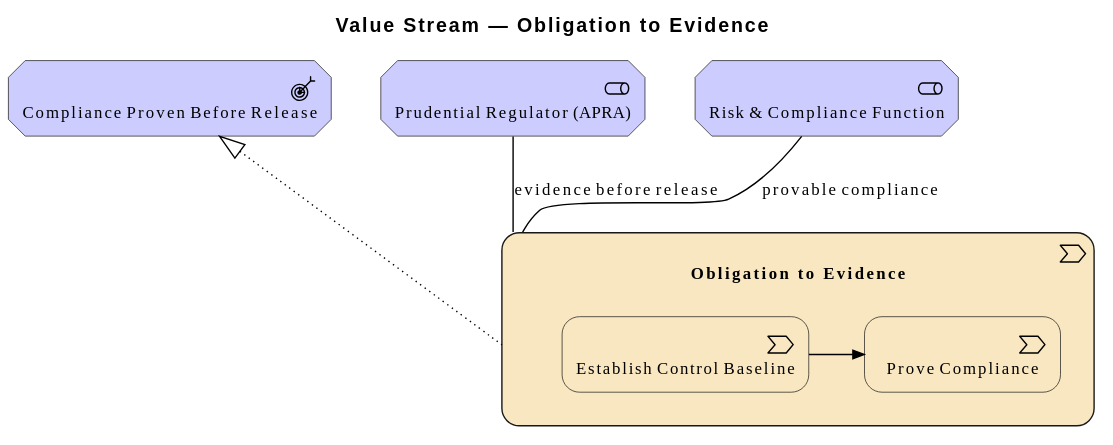
wolffy-au/frictionless-architect keeps this PlantUML diagram as architecture/model/diagrams/vision/6b-obligation-to-evidence.svg. Above is the earlier version. Source of this version:
```plantuml
@startuml
!include <archimate/Archimate>

title Value Stream — Obligation to Evidence

Motivation_Stakeholder(e_idbd4abc7ec42554, "Prudential Regulator (APRA)")
Motivation_Stakeholder(e_id133bbac4b3e450, "Risk & Compliance Function")
Motivation_Outcome(e_id4f39e9ec8e4656, "Compliance Proven Before Release")
Strategy_ValueStream(e_id7ee8cdbf8ddc57, "Obligation to Evidence") {
  Strategy_ValueStream(e_idde40c3d2b32359, "Establish Control Baseline")
  Strategy_ValueStream(e_idb542830057125a, "Prove Compliance")
}

Rel_Association(e_id133bbac4b3e450, e_id7ee8cdbf8ddc57, "provable compliance")
Rel_Association(e_idbd4abc7ec42554, e_id7ee8cdbf8ddc57, "evidence before release")
Rel_Realization_Up(e_id7ee8cdbf8ddc57, e_id4f39e9ec8e4656, "")
Rel_Triggering_Right(e_idde40c3d2b32359, e_idb542830057125a, "")
@enduml
```
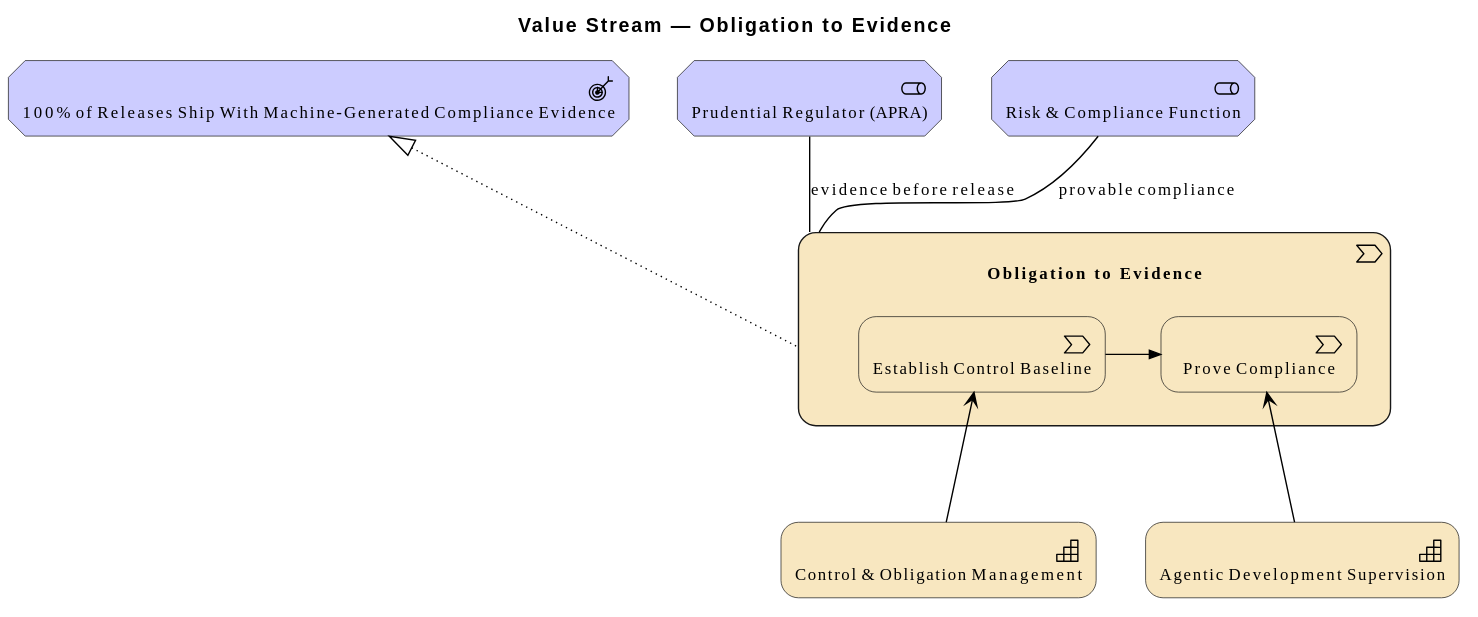
After the commit.

The edit, as a diff of the source:
```diff
@@ -5,7 +5,9 @@
 
 Motivation_Stakeholder(e_idbd4abc7ec42554, "Prudential Regulator (APRA)")
 Motivation_Stakeholder(e_id133bbac4b3e450, "Risk & Compliance Function")
-Motivation_Outcome(e_id4f39e9ec8e4656, "Compliance Proven Before Release")
+Motivation_Outcome(e_id0530f140f44254, "100% of Releases Ship With Machine-Generated Compliance Evidence")
+Strategy_Capability(e_id4a1c34ab69d151, "Agentic Development Supervision")
+Strategy_Capability(e_id72468b5b403450, "Control & Obligation Management")
 Strategy_ValueStream(e_id7ee8cdbf8ddc57, "Obligation to Evidence") {
   Strategy_ValueStream(e_idde40c3d2b32359, "Establish Control Baseline")
   Strategy_ValueStream(e_idb542830057125a, "Prove Compliance")
@@ -13,6 +15,8 @@
 
 Rel_Association(e_id133bbac4b3e450, e_id7ee8cdbf8ddc57, "provable compliance")
 Rel_Association(e_idbd4abc7ec42554, e_id7ee8cdbf8ddc57, "evidence before release")
-Rel_Realization_Up(e_id7ee8cdbf8ddc57, e_id4f39e9ec8e4656, "")
+Rel_Realization_Up(e_id7ee8cdbf8ddc57, e_id0530f140f44254, "")
+Rel_Serving_Up(e_id72468b5b403450, e_idde40c3d2b32359, "")
+Rel_Serving_Up(e_id4a1c34ab69d151, e_idb542830057125a, "")
 Rel_Triggering_Right(e_idde40c3d2b32359, e_idb542830057125a, "")
 @enduml
```
